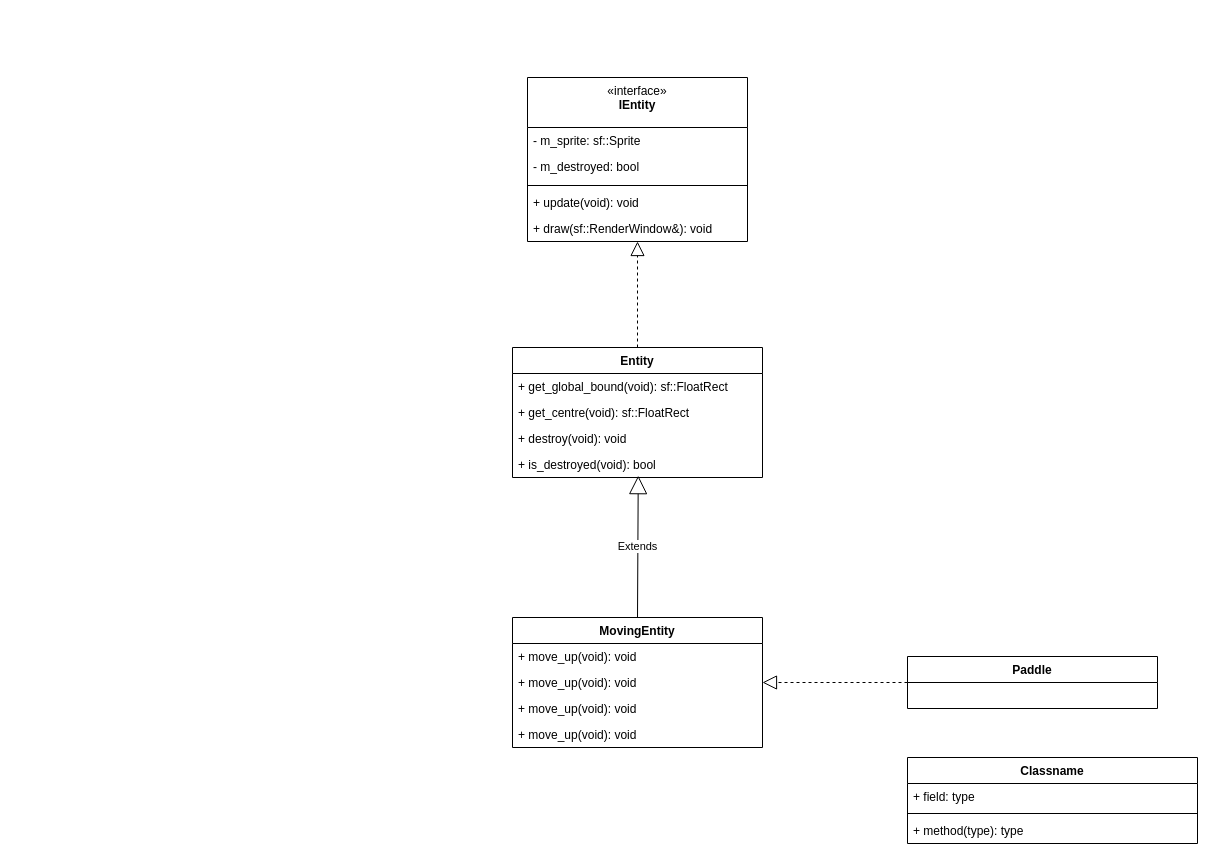
Before: GameClasses.drawio in leducduy520/project-template, a draw.io diagram. Source tidied: cells renumbered, new cells numbered last; positions are measured from the earlier drawing's top-left corner, leaving out a move shared by most shapes. Both pictures are drawn from the tidied source at 100%, with x=0, y=0 at pixel (512, 77).
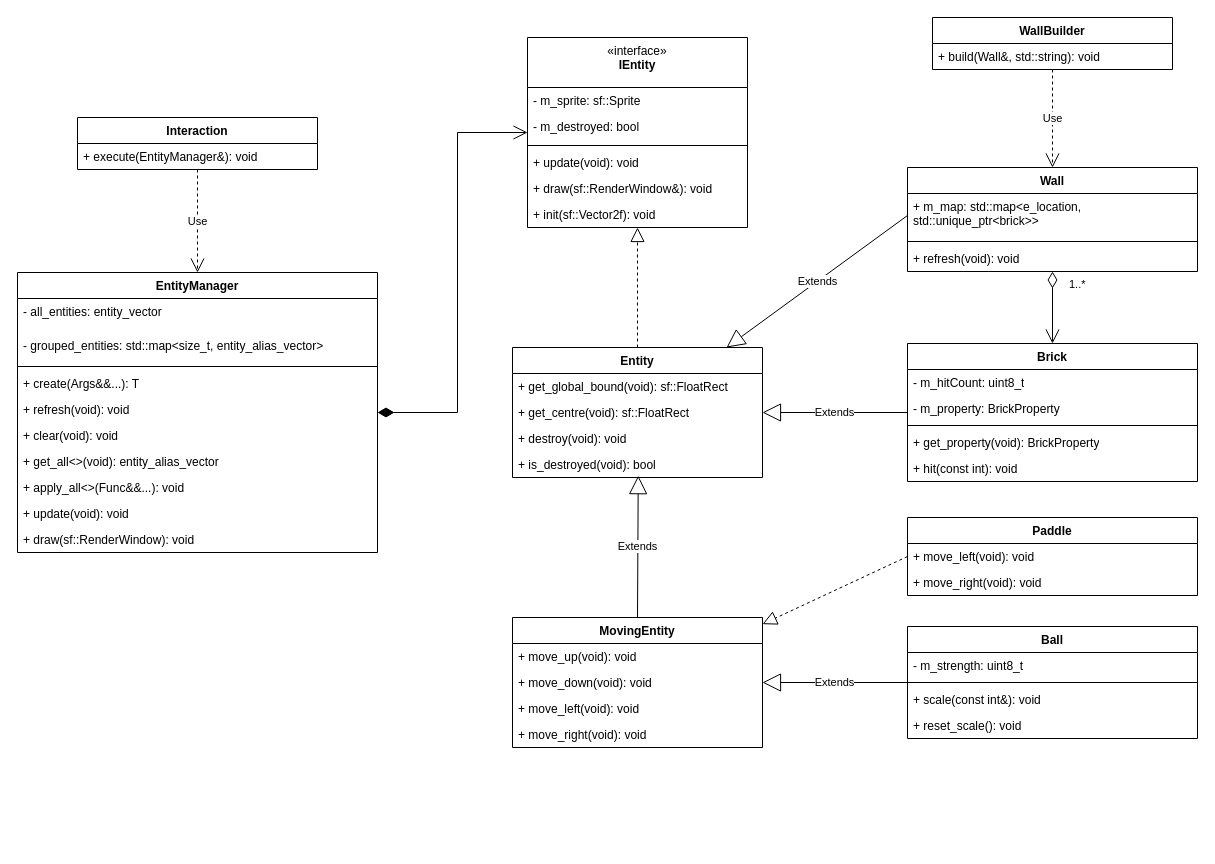
After the change.

Commit message:
Cập nhật GameClasses.drawio

The change refers to these unchanged cells:
```xml
<mxCell id="7" value="+ draw(sf::RenderWindow&amp;amp;): void" style="text;strokeColor=none;fillColor=none;align=left;verticalAlign=top;spacingLeft=4;spacingRight=4;overflow=hidden;points=[[0,0.5],[1,0.5]];portConstraint=eastwest;whiteSpace=wrap;html=1;" parent="2" vertex="1">
  <mxGeometry y="138" width="220" height="26" as="geometry" />
</mxCell>
<mxCell id="8" value="Entity" style="swimlane;fontStyle=1;align=center;verticalAlign=top;horizontal=1;startSize=26;whiteSpace=wrap;html=1;" parent="1" vertex="1">
  <mxGeometry y="270" width="250" height="130" as="geometry" />
</mxCell>
<mxCell id="14" value="MovingEntity" style="swimlane;fontStyle=1;align=center;verticalAlign=top;horizontal=1;startSize=26;whiteSpace=wrap;html=1;" parent="1" vertex="1">
  <mxGeometry y="540" width="250" height="130" as="geometry" />
</mxCell>
```

What changed in the source:
```diff
@@
     <mxCell id="2" value="&lt;span style=&quot;font-weight: 400;&quot;&gt;«interface»&lt;/span&gt;&lt;br style=&quot;font-weight: 400;&quot;&gt;&lt;b&gt;IEntity&lt;/b&gt;" style="swimlane;fontStyle=1;align=center;verticalAlign=top;horizontal=1;startSize=50;whiteSpace=wrap;html=1;" parent="1" vertex="1">
-      <mxGeometry x="15" width="220" height="164" as="geometry" />
+      <mxGeometry x="15" y="-40" width="220" height="190" as="geometry" />
     </mxCell>
@@
+    <mxCell id="26" value="+ init(sf::Vector2f): void" style="text;strokeColor=none;fillColor=none;align=left;verticalAlign=top;spacingLeft=4;spacingRight=4;overflow=hidden;whiteSpace=wrap;html=1;" parent="2" vertex="1">
+      <mxGeometry y="164" width="220" height="26" as="geometry" />
+    </mxCell>
@@
-    <mxCell id="13" style="endArrow=block;dashed=1;endFill=0;endSize=12;html=1;rounded=0;" parent="1" edge="1" source="8" target="7">
+    <mxCell id="13" style="endArrow=block;dashed=1;endFill=0;endSize=12;html=1;rounded=0;" parent="1" edge="1" source="8" target="2">
       <mxGeometry relative="1" as="geometry" />
     </mxCell>
@@
-    <mxCell id="16" value="+ move_up(void): void" style="text;strokeColor=none;fillColor=none;align=left;verticalAlign=top;spacingLeft=4;spacingRight=4;overflow=hidden;points=[[0,0.5],[1,0.5]];portConstraint=eastwest;whiteSpace=wrap;html=1;" parent="14" vertex="1">
+    <mxCell id="16" value="+ move_down(void): void" style="text;strokeColor=none;fillColor=none;align=left;verticalAlign=top;spacingLeft=4;spacingRight=4;overflow=hidden;points=[[0,0.5],[1,0.5]];portConstraint=eastwest;whiteSpace=wrap;html=1;" parent="14" vertex="1">
       <mxGeometry y="52" width="250" height="26" as="geometry" />
     </mxCell>
-    <mxCell id="17" value="+ move_up(void): void" style="text;strokeColor=none;fillColor=none;align=left;verticalAlign=top;spacingLeft=4;spacingRight=4;overflow=hidden;whiteSpace=wrap;html=1;" parent="14" vertex="1">
+    <mxCell id="17" value="+ move_left(void): void" style="text;strokeColor=none;fillColor=none;align=left;verticalAlign=top;spacingLeft=4;spacingRight=4;overflow=hidden;whiteSpace=wrap;html=1;" parent="14" vertex="1">
       <mxGeometry y="78" width="250" height="26" as="geometry" />
     </mxCell>
-    <mxCell id="18" value="+ move_up(void): void" style="text;strokeColor=none;fillColor=none;align=left;verticalAlign=top;spacingLeft=4;spacingRight=4;overflow=hidden;whiteSpace=wrap;html=1;" parent="14" vertex="1">
+    <mxCell id="18" value="+ move_right(void): void" style="text;strokeColor=none;fillColor=none;align=left;verticalAlign=top;spacingLeft=4;spacingRight=4;overflow=hidden;whiteSpace=wrap;html=1;" parent="14" vertex="1">
       <mxGeometry y="104" width="250" height="26" as="geometry" />
     </mxCell>
@@
-    <mxCell id="20" value="Paddle" style="swimlane;fontStyle=1;align=center;verticalAlign=top;horizontal=1;startSize=26;whiteSpace=wrap;html=1;" parent="1" vertex="1">
-      <mxGeometry x="395" y="579" width="250" height="52" as="geometry" />
-    </mxCell>
-    <mxCell id="21" style="endArrow=block;dashed=1;endFill=0;endSize=12;html=1;rounded=0;exitX=0;exitY=0.5;exitDx=0;exitDy=0;entryX=1;entryY=0.5;entryDx=0;entryDy=0;" parent="1" edge="1" source="20" target="16">
+    <mxCell id="21" style="endArrow=block;dashed=1;endFill=0;endSize=12;html=1;rounded=0;exitX=0;exitY=0.5;exitDx=0;exitDy=0;" parent="1" edge="1" source="61" target="14">
       <mxGeometry relative="1" as="geometry" />
     </mxCell>
-    <mxCell id="22" value="Classname" style="swimlane;fontStyle=1;align=center;verticalAlign=top;horizontal=1;startSize=26;whiteSpace=wrap;html=1;" parent="1" vertex="1">
-      <mxGeometry x="395" y="680" width="290" height="86" as="geometry" />
+    <mxCell id="22" value="Ball" style="swimlane;fontStyle=1;align=center;verticalAlign=top;horizontal=1;startSize=26;whiteSpace=wrap;html=1;" parent="1" vertex="1">
+      <mxGeometry x="395" y="549" width="290" height="112" as="geometry" />
     </mxCell>
-    <mxCell id="23" value="+ field: type" style="text;strokeColor=none;fillColor=none;align=left;verticalAlign=top;spacingLeft=4;spacingRight=4;overflow=hidden;whiteSpace=wrap;html=1;" parent="22" vertex="1">
-      <mxGeometry y="26" width="290" height="26" as="geometry" />
-    </mxCell>
+    <mxCell id="27" value="- m_strength: uint8_t" style="text;strokeColor=none;fillColor=none;align=left;verticalAlign=top;spacingLeft=4;spacingRight=4;overflow=hidden;whiteSpace=wrap;html=1;" parent="22" vertex="1">
+      <mxGeometry y="26" width="290" height="26" as="geometry" />
+    </mxCell>
@@
-    <mxCell id="25" value="+ method(type): type" style="text;strokeColor=none;fillColor=none;align=left;verticalAlign=top;spacingLeft=4;spacingRight=4;overflow=hidden;whiteSpace=wrap;html=1;" parent="22" vertex="1">
+    <mxCell id="25" value="+ scale(const int&amp;amp;): void" style="text;strokeColor=none;fillColor=none;align=left;verticalAlign=top;spacingLeft=4;spacingRight=4;overflow=hidden;whiteSpace=wrap;html=1;" parent="22" vertex="1">
       <mxGeometry y="60" width="290" height="26" as="geometry" />
     </mxCell>
+    <mxCell id="28" value="+ reset_scale(): void" style="text;strokeColor=none;fillColor=none;align=left;verticalAlign=top;spacingLeft=4;spacingRight=4;overflow=hidden;whiteSpace=wrap;html=1;" parent="22" vertex="1">
+      <mxGeometry y="86" width="290" height="26" as="geometry" />
+    </mxCell>
+    <mxCell id="29" value="Extends" style="endArrow=block;endSize=16;endFill=0;html=1;rounded=0;" parent="1" edge="1" source="22" target="14">
+      <mxGeometry relative="1" as="geometry" />
+    </mxCell>
+    <mxCell id="30" value="Brick" style="swimlane;fontStyle=1;align=center;verticalAlign=top;horizontal=1;startSize=26;whiteSpace=wrap;html=1;" parent="1" vertex="1">
+      <mxGeometry x="395" y="266" width="290" height="138" as="geometry" />
+    </mxCell>
+    <mxCell id="31" value="- m_hitCount: uint8_t" style="text;strokeColor=none;fillColor=none;align=left;verticalAlign=top;spacingLeft=4;spacingRight=4;overflow=hidden;whiteSpace=wrap;html=1;" parent="30" vertex="1">
+      <mxGeometry y="26" width="290" height="26" as="geometry" />
+    </mxCell>
+    <mxCell id="32" value="- m_property:&amp;nbsp;BrickProperty" style="text;strokeColor=none;fillColor=none;align=left;verticalAlign=top;spacingLeft=4;spacingRight=4;overflow=hidden;whiteSpace=wrap;html=1;" parent="30" vertex="1">
+      <mxGeometry y="52" width="290" height="26" as="geometry" />
+    </mxCell>
+    <mxCell id="33" style="line;strokeWidth=1;fillColor=none;align=left;verticalAlign=middle;spacingTop=-1;spacingLeft=3;spacingRight=3;labelPosition=right;strokeColor=inherit;" parent="30" vertex="1">
+      <mxGeometry y="78" width="290" height="8" as="geometry" />
+    </mxCell>
+    <mxCell id="34" value="+ get_property(void): BrickProperty" style="text;strokeColor=none;fillColor=none;align=left;verticalAlign=top;spacingLeft=4;spacingRight=4;overflow=hidden;whiteSpace=wrap;html=1;" parent="30" vertex="1">
+      <mxGeometry y="86" width="290" height="26" as="geometry" />
+    </mxCell>
+    <mxCell id="35" value="+ hit(const int): void" style="text;strokeColor=none;fillColor=none;align=left;verticalAlign=top;spacingLeft=4;spacingRight=4;overflow=hidden;whiteSpace=wrap;html=1;" parent="30" vertex="1">
+      <mxGeometry y="112" width="290" height="26" as="geometry" />
+    </mxCell>
+    <mxCell id="36" value="Extends" style="endArrow=block;endSize=16;endFill=0;html=1;rounded=0;" parent="1" edge="1" source="30" target="8">
+      <mxGeometry relative="1" as="geometry" />
+    </mxCell>
+    <mxCell id="37" value="EntityManager" style="swimlane;fontStyle=1;align=center;verticalAlign=top;horizontal=1;startSize=26;whiteSpace=wrap;html=1;" parent="1" vertex="1">
+      <mxGeometry x="-495" y="195" width="360" height="280" as="geometry" />
+    </mxCell>
+    <mxCell id="38" value="- all_entities: entity_vector" style="text;strokeColor=none;fillColor=none;align=left;verticalAlign=top;spacingLeft=4;spacingRight=4;overflow=hidden;whiteSpace=wrap;html=1;" parent="37" vertex="1">
+      <mxGeometry y="26" width="360" height="34" as="geometry" />
+    </mxCell>
+    <mxCell id="39" value="- grouped_entities: std::map&amp;lt;size_t, entity_alias_vector&amp;gt;" style="text;strokeColor=none;fillColor=none;align=left;verticalAlign=top;spacingLeft=4;spacingRight=4;overflow=hidden;whiteSpace=wrap;html=1;" parent="37" vertex="1">
+      <mxGeometry y="60" width="360" height="30" as="geometry" />
+    </mxCell>
+    <mxCell id="40" style="line;strokeWidth=1;fillColor=none;align=left;verticalAlign=middle;spacingTop=-1;spacingLeft=3;spacingRight=3;labelPosition=right;strokeColor=inherit;" parent="37" vertex="1">
+      <mxGeometry y="90" width="360" height="8" as="geometry" />
+    </mxCell>
+    <mxCell id="41" value="+ create(Args&amp;amp;&amp;amp;...): T" style="text;strokeColor=none;fillColor=none;align=left;verticalAlign=top;spacingLeft=4;spacingRight=4;overflow=hidden;whiteSpace=wrap;html=1;" parent="37" vertex="1">
+      <mxGeometry y="98" width="360" height="26" as="geometry" />
+    </mxCell>
+    <mxCell id="42" value="+ refresh(void): void" style="text;strokeColor=none;fillColor=none;align=left;verticalAlign=top;spacingLeft=4;spacingRight=4;overflow=hidden;whiteSpace=wrap;html=1;" parent="37" vertex="1">
+      <mxGeometry y="124" width="360" height="26" as="geometry" />
+    </mxCell>
+    <mxCell id="43" value="+ clear(void): void" style="text;strokeColor=none;fillColor=none;align=left;verticalAlign=top;spacingLeft=4;spacingRight=4;overflow=hidden;whiteSpace=wrap;html=1;" parent="37" vertex="1">
+      <mxGeometry y="150" width="360" height="26" as="geometry" />
+    </mxCell>
+    <mxCell id="44" value="+ get_all&amp;lt;&amp;gt;(void): entity_alias_vector" style="text;strokeColor=none;fillColor=none;align=left;verticalAlign=top;spacingLeft=4;spacingRight=4;overflow=hidden;whiteSpace=wrap;html=1;" parent="37" vertex="1">
+      <mxGeometry y="176" width="360" height="26" as="geometry" />
+    </mxCell>
+    <mxCell id="45" value="+ apply_all&amp;lt;&amp;gt;(Func&amp;amp;&amp;amp;...): void" style="text;strokeColor=none;fillColor=none;align=left;verticalAlign=top;spacingLeft=4;spacingRight=4;overflow=hidden;whiteSpace=wrap;html=1;" parent="37" vertex="1">
+      <mxGeometry y="202" width="360" height="26" as="geometry" />
+    </mxCell>
+    <mxCell id="46" value="+ update(void): void" style="text;strokeColor=none;fillColor=none;align=left;verticalAlign=top;spacingLeft=4;spacingRight=4;overflow=hidden;whiteSpace=wrap;html=1;" parent="37" vertex="1">
+      <mxGeometry y="228" width="360" height="26" as="geometry" />
+    </mxCell>
+    <mxCell id="47" value="+ draw(sf::RenderWindow): void" style="text;strokeColor=none;fillColor=none;align=left;verticalAlign=top;spacingLeft=4;spacingRight=4;overflow=hidden;whiteSpace=wrap;html=1;" parent="37" vertex="1">
+      <mxGeometry y="254" width="360" height="26" as="geometry" />
+    </mxCell>
+    <mxCell id="48" value="Wall" style="swimlane;fontStyle=1;align=center;verticalAlign=top;horizontal=1;startSize=26;whiteSpace=wrap;html=1;" parent="1" vertex="1">
+      <mxGeometry x="395" y="90" width="290" height="104" as="geometry" />
+    </mxCell>
+    <mxCell id="49" value="+ m_map: std::map&amp;lt;e_location, std::unique_ptr&amp;lt;brick&amp;gt;&amp;gt;" style="text;strokeColor=none;fillColor=none;align=left;verticalAlign=top;spacingLeft=4;spacingRight=4;overflow=hidden;points=[[0,0.5],[1,0.5]];portConstraint=eastwest;whiteSpace=wrap;html=1;" parent="48" vertex="1">
+      <mxGeometry y="26" width="290" height="44" as="geometry" />
+    </mxCell>
+    <mxCell id="50" style="line;strokeWidth=1;fillColor=none;align=left;verticalAlign=middle;spacingTop=-1;spacingLeft=3;spacingRight=3;labelPosition=right;strokeColor=inherit;" parent="48" vertex="1">
+      <mxGeometry y="70" width="290" height="8" as="geometry" />
+    </mxCell>
+    <mxCell id="51" value="+ refresh(void): void" style="text;strokeColor=none;fillColor=none;align=left;verticalAlign=top;spacingLeft=4;spacingRight=4;overflow=hidden;whiteSpace=wrap;html=1;" parent="48" vertex="1">
+      <mxGeometry y="78" width="290" height="26" as="geometry" />
+    </mxCell>
+    <mxCell id="52" value="1..*" style="endArrow=open;html=1;endSize=12;startArrow=diamondThin;startSize=14;startFill=0;edgeStyle=orthogonalEdgeStyle;align=left;verticalAlign=bottom;rounded=0;" parent="1" edge="1" source="48" target="30">
+      <mxGeometry x="-0.38" y="15" relative="1" as="geometry" />
+    </mxCell>
+    <mxCell id="53" value="Extends" style="endArrow=block;endSize=16;endFill=0;html=1;rounded=0;exitX=0;exitY=0.5;exitDx=0;exitDy=0;" parent="1" edge="1" source="49" target="8">
+      <mxGeometry relative="1" as="geometry" />
+    </mxCell>
+    <mxCell id="54" style="endArrow=open;html=1;endSize=12;startArrow=diamondThin;startSize=14;startFill=1;edgeStyle=orthogonalEdgeStyle;align=left;verticalAlign=bottom;rounded=0;" parent="1" edge="1" source="37" target="2">
+      <mxGeometry x="-0.81" y="-10" relative="1" as="geometry">
+        <Array as="points">
+          <mxPoint x="-55" y="335" />
+          <mxPoint x="-55" y="55" />
+        </Array>
+      </mxGeometry>
+    </mxCell>
+    <mxCell id="55" value="WallBuilder" style="swimlane;fontStyle=1;align=center;verticalAlign=top;horizontal=1;startSize=26;whiteSpace=wrap;html=1;" parent="1" vertex="1">
+      <mxGeometry x="420" y="-60" width="240" height="52" as="geometry" />
+    </mxCell>
+    <mxCell id="56" value="+ build(Wall&amp;amp;, std::string): void" style="text;strokeColor=none;fillColor=none;align=left;verticalAlign=top;spacingLeft=4;spacingRight=4;overflow=hidden;whiteSpace=wrap;html=1;" parent="55" vertex="1">
+      <mxGeometry y="26" width="240" height="26" as="geometry" />
+    </mxCell>
+    <mxCell id="57" value="Use" style="endArrow=open;endSize=12;dashed=1;html=1;rounded=0;" parent="1" edge="1" source="55" target="48">
+      <mxGeometry relative="1" as="geometry" />
+    </mxCell>
+    <mxCell id="58" value="Interaction" style="swimlane;fontStyle=1;align=center;verticalAlign=top;horizontal=1;startSize=26;whiteSpace=wrap;html=1;" parent="1" vertex="1">
+      <mxGeometry x="-435" y="40" width="240" height="52" as="geometry" />
+    </mxCell>
+    <mxCell id="59" value="+ execute(EntityManager&amp;amp;): void" style="text;strokeColor=none;fillColor=none;align=left;verticalAlign=top;spacingLeft=4;spacingRight=4;overflow=hidden;whiteSpace=wrap;html=1;" parent="58" vertex="1">
+      <mxGeometry y="26" width="240" height="26" as="geometry" />
+    </mxCell>
+    <mxCell id="60" value="Use" style="endArrow=open;endSize=12;dashed=1;html=1;rounded=0;" parent="1" edge="1" source="58" target="37">
+      <mxGeometry relative="1" as="geometry" />
+    </mxCell>
+    <mxCell id="20" value="Paddle" style="swimlane;fontStyle=1;align=center;verticalAlign=top;horizontal=1;startSize=26;whiteSpace=wrap;html=1;" parent="1" vertex="1">
+      <mxGeometry x="395" y="440" width="290" height="78" as="geometry" />
+    </mxCell>
+    <mxCell id="61" value="+ move_left(void): void" style="text;strokeColor=none;fillColor=none;align=left;verticalAlign=top;spacingLeft=4;spacingRight=4;overflow=hidden;points=[[0,0.5],[1,0.5]];portConstraint=eastwest;whiteSpace=wrap;html=1;" parent="20" vertex="1">
+      <mxGeometry y="26" width="290" height="26" as="geometry" />
+    </mxCell>
+    <mxCell id="62" value="+ move_right(void): void" style="text;strokeColor=none;fillColor=none;align=left;verticalAlign=top;spacingLeft=4;spacingRight=4;overflow=hidden;whiteSpace=wrap;html=1;" parent="20" vertex="1">
+      <mxGeometry y="52" width="290" height="26" as="geometry" />
+    </mxCell>
```
